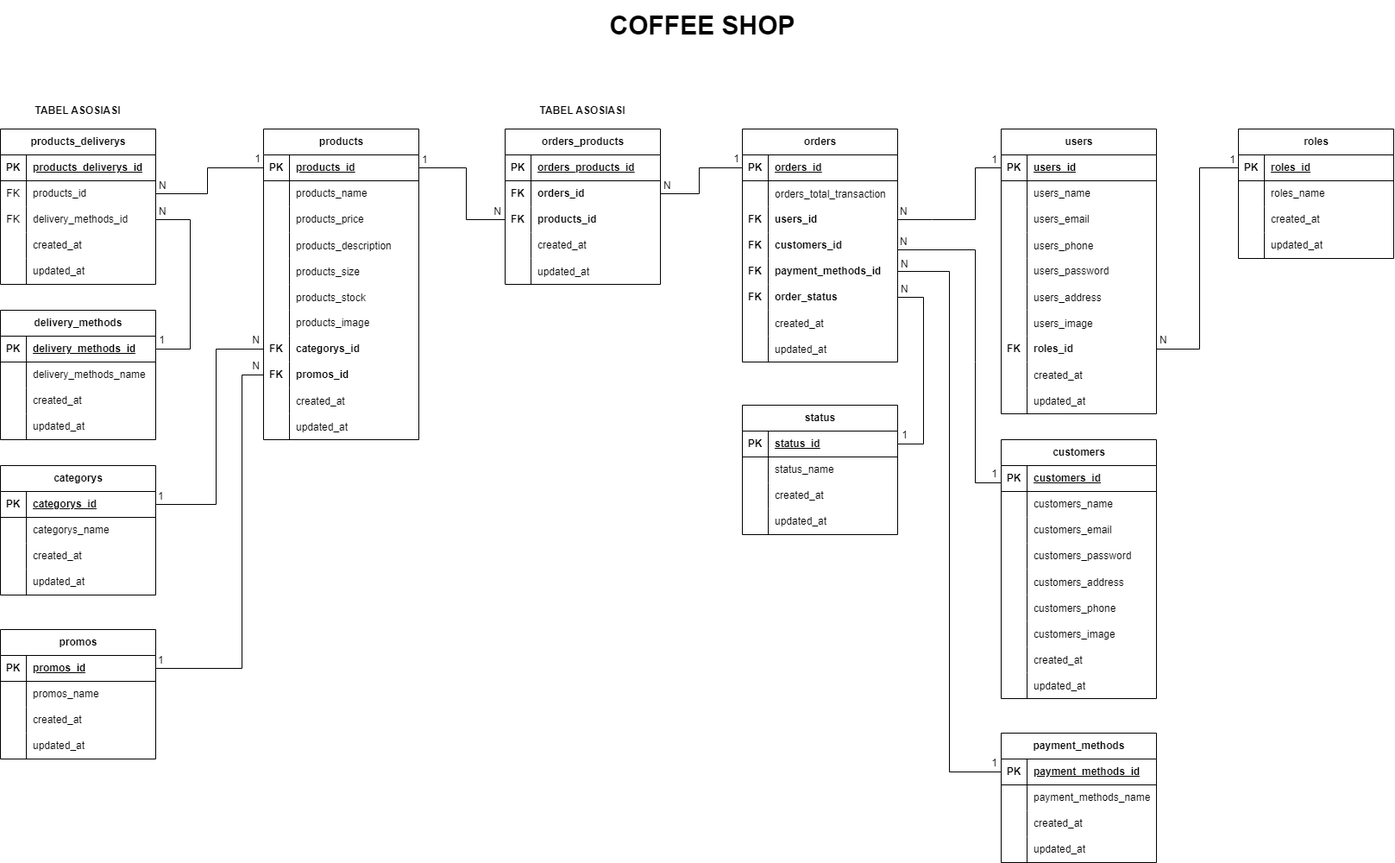
Before: tugas/postgresql/coffee-shop.drawio.png, a diagram exported from draw.io (ridwanbahtiar15/basic-cs-js-fwg16). Source tidied: cells renumbered, new cells last; positions are measured from the earlier drawing's top-left corner, leaving out a move shared by most shapes.
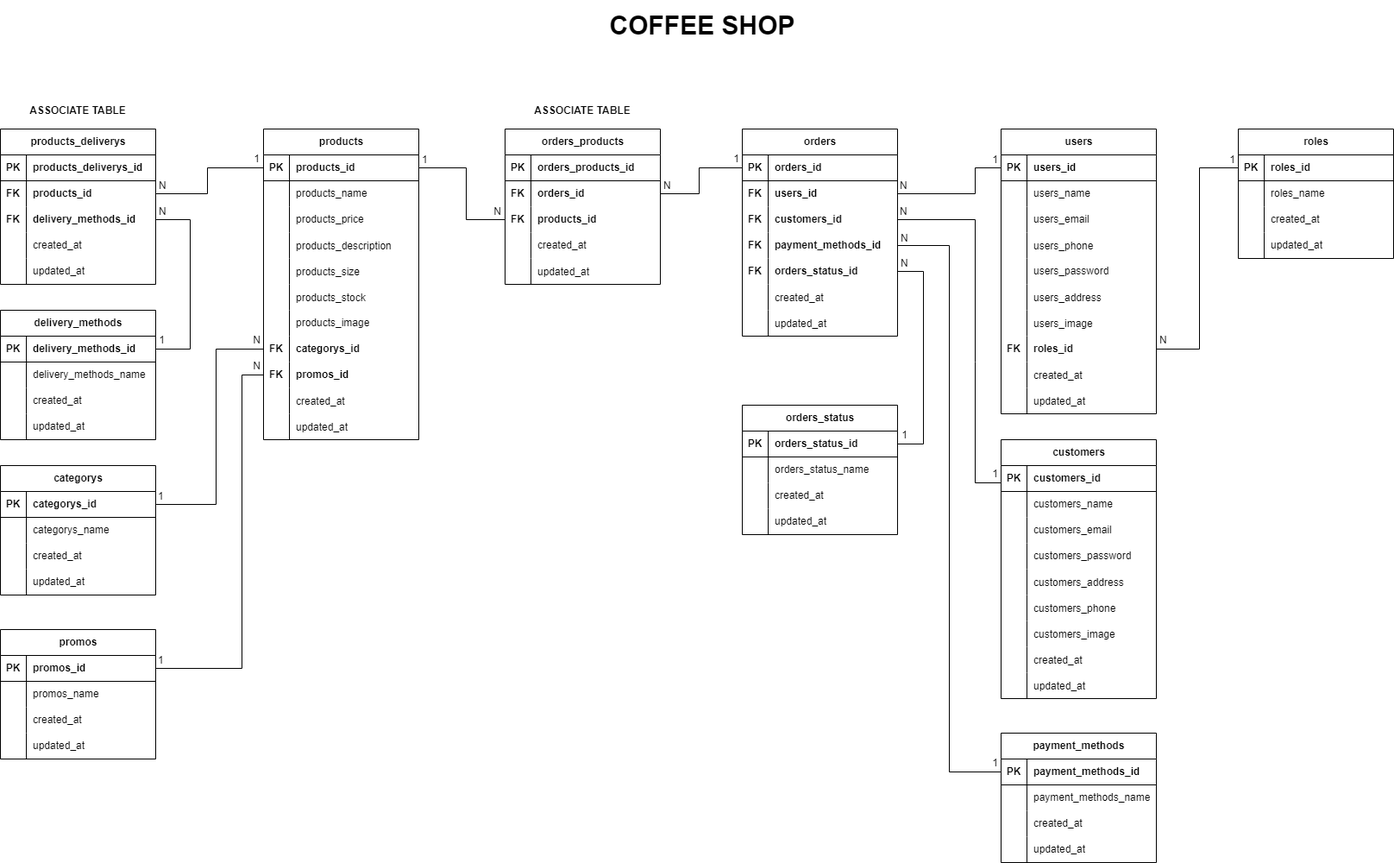
The same file after the commit.

The edit, as a diff of the source:
```diff
@@ -16,3 +16,3 @@
     </mxCell>
-    <mxCell id="6" value="categorys_id" style="shape=partialRectangle;fillColor=none;top=0;left=0;bottom=0;right=0;align=left;spacingLeft=6;fontStyle=5;overflow=hidden;whiteSpace=wrap;html=1;" parent="4" vertex="1">
+    <mxCell id="6" value="categorys_id" style="shape=partialRectangle;fillColor=none;top=0;left=0;bottom=0;right=0;align=left;spacingLeft=6;fontStyle=1;overflow=hidden;whiteSpace=wrap;html=1;" parent="4" vertex="1">
       <mxGeometry x="30" width="150" height="30" as="geometry" />
@@ -55,3 +55,3 @@
     </mxCell>
-    <mxCell id="19" value="promos_id" style="shape=partialRectangle;fillColor=none;top=0;left=0;bottom=0;right=0;align=left;spacingLeft=6;fontStyle=5;overflow=hidden;whiteSpace=wrap;html=1;" parent="17" vertex="1">
+    <mxCell id="19" value="promos_id" style="shape=partialRectangle;fillColor=none;top=0;left=0;bottom=0;right=0;align=left;spacingLeft=6;fontStyle=1;overflow=hidden;whiteSpace=wrap;html=1;" parent="17" vertex="1">
       <mxGeometry x="30" width="150" height="30" as="geometry" />
@@ -94,3 +94,3 @@
     </mxCell>
-    <mxCell id="32" value="products_id" style="shape=partialRectangle;fillColor=none;top=0;left=0;bottom=0;right=0;align=left;spacingLeft=6;fontStyle=5;overflow=hidden;whiteSpace=wrap;html=1;" parent="30" vertex="1">
+    <mxCell id="32" value="products_id" style="shape=partialRectangle;fillColor=none;top=0;left=0;bottom=0;right=0;align=left;spacingLeft=6;fontStyle=1;overflow=hidden;whiteSpace=wrap;html=1;" parent="30" vertex="1">
       <mxGeometry x="30" width="150" height="30" as="geometry" />
@@ -224,3 +224,3 @@
     <mxCell id="69" value="orders" style="shape=table;startSize=30;rowLines=0;fontStyle=1;align=center;html=1;" parent="1" vertex="1">
-      <mxGeometry x="860" y="149" width="180" height="270" as="geometry" />
+      <mxGeometry x="860" y="149" width="180" height="240" as="geometry" />
     </mxCell>
@@ -232,16 +232,7 @@
     </mxCell>
-    <mxCell id="72" value="orders_id" style="shape=partialRectangle;fillColor=none;top=0;left=0;bottom=0;right=0;align=left;spacingLeft=6;fontStyle=5;overflow=hidden;whiteSpace=wrap;html=1;" parent="70" vertex="1">
+    <mxCell id="72" value="orders_id" style="shape=partialRectangle;fillColor=none;top=0;left=0;bottom=0;right=0;align=left;spacingLeft=6;fontStyle=1;overflow=hidden;whiteSpace=wrap;html=1;" parent="70" vertex="1">
       <mxGeometry x="30" width="150" height="30" as="geometry" />
     </mxCell>
-    <mxCell id="73" style="shape=tableRow;horizontal=0;startSize=0;swimlaneHead=0;swimlaneBody=0;fillColor=none;top=0;left=0;right=0;bottom=0;" parent="69" vertex="1">
-      <mxGeometry y="60" width="180" height="30" as="geometry" />
-    </mxCell>
-    <mxCell id="74" style="shape=partialRectangle;fillColor=none;top=0;left=0;bottom=0;right=0;overflow=hidden;" parent="73" vertex="1">
-      <mxGeometry width="30" height="30" as="geometry" />
-    </mxCell>
-    <mxCell id="75" value="orders_total_transaction" style="shape=partialRectangle;fillColor=none;top=0;left=0;bottom=0;right=0;align=left;spacingLeft=6;overflow=hidden;" parent="73" vertex="1">
-      <mxGeometry x="30" width="150" height="30" as="geometry" />
-    </mxCell>
     <mxCell id="76" style="shape=tableRow;horizontal=0;startSize=0;swimlaneHead=0;swimlaneBody=0;fillColor=none;points=[[0,0.5],[1,0.5]];portConstraint=eastwest;top=0;left=0;right=0;bottom=0;" parent="69" vertex="1">
-      <mxGeometry y="90" width="180" height="30" as="geometry" />
+      <mxGeometry y="60" width="180" height="30" as="geometry" />
     </mxCell>
@@ -254,3 +245,3 @@
     <mxCell id="79" style="shape=tableRow;horizontal=0;startSize=0;swimlaneHead=0;swimlaneBody=0;fillColor=none;points=[[0,0.5],[1,0.5]];portConstraint=eastwest;top=0;left=0;right=0;bottom=0;" parent="69" vertex="1">
-      <mxGeometry y="120" width="180" height="30" as="geometry" />
+      <mxGeometry y="90" width="180" height="30" as="geometry" />
     </mxCell>
@@ -263,3 +254,3 @@
     <mxCell id="82" style="shape=tableRow;horizontal=0;startSize=0;swimlaneHead=0;swimlaneBody=0;fillColor=none;points=[[0,0.5],[1,0.5]];portConstraint=eastwest;top=0;left=0;right=0;bottom=0;" parent="69" vertex="1">
-      <mxGeometry y="150" width="180" height="30" as="geometry" />
+      <mxGeometry y="120" width="180" height="30" as="geometry" />
     </mxCell>
@@ -272,3 +263,3 @@
     <mxCell id="85" style="shape=tableRow;horizontal=0;startSize=0;swimlaneHead=0;swimlaneBody=0;fillColor=none;points=[[0,0.5],[1,0.5]];portConstraint=eastwest;top=0;left=0;right=0;bottom=0;" parent="69" vertex="1">
-      <mxGeometry y="180" width="180" height="30" as="geometry" />
+      <mxGeometry y="150" width="180" height="30" as="geometry" />
     </mxCell>
@@ -277,3 +268,3 @@
     </mxCell>
-    <mxCell id="87" value="order_status" style="shape=partialRectangle;fillColor=none;top=0;left=0;bottom=0;right=0;align=left;spacingLeft=6;fontStyle=1;overflow=hidden;whiteSpace=wrap;html=1;" parent="85" vertex="1">
+    <mxCell id="87" value="orders_status_id" style="shape=partialRectangle;fillColor=none;top=0;left=0;bottom=0;right=0;align=left;spacingLeft=6;fontStyle=1;overflow=hidden;whiteSpace=wrap;html=1;" parent="85" vertex="1">
       <mxGeometry x="30" width="150" height="30" as="geometry" />
@@ -281,3 +272,3 @@
     <mxCell id="88" style="shape=tableRow;horizontal=0;startSize=0;swimlaneHead=0;swimlaneBody=0;fillColor=none;top=0;left=0;right=0;bottom=0;" parent="69" vertex="1">
-      <mxGeometry y="210" width="180" height="30" as="geometry" />
+      <mxGeometry y="180" width="180" height="30" as="geometry" />
     </mxCell>
@@ -290,3 +281,3 @@
     <mxCell id="91" style="shape=tableRow;horizontal=0;startSize=0;swimlaneHead=0;swimlaneBody=0;fillColor=none;top=0;left=0;right=0;bottom=0;" parent="69" vertex="1">
-      <mxGeometry y="240" width="180" height="30" as="geometry" />
+      <mxGeometry y="210" width="180" height="30" as="geometry" />
     </mxCell>
@@ -307,3 +298,3 @@
     </mxCell>
-    <mxCell id="97" value="orders_products_id" style="shape=partialRectangle;fillColor=none;top=0;left=0;bottom=0;right=0;align=left;spacingLeft=6;fontStyle=5;overflow=hidden;whiteSpace=wrap;html=1;" parent="95" vertex="1">
+    <mxCell id="97" value="orders_products_id" style="shape=partialRectangle;fillColor=none;top=0;left=0;bottom=0;right=0;align=left;spacingLeft=6;fontStyle=1;overflow=hidden;whiteSpace=wrap;html=1;" parent="95" vertex="1">
       <mxGeometry x="30" width="150" height="30" as="geometry" />
@@ -382,3 +373,3 @@
     </mxCell>
-    <mxCell id="116" value="&lt;b&gt;&lt;font style=&quot;font-size: 12px;&quot;&gt;TABEL ASOSIASI&lt;/font&gt;&lt;/b&gt;" style="text;strokeColor=none;align=center;fillColor=none;html=1;verticalAlign=middle;whiteSpace=wrap;rounded=0;" parent="1" vertex="1">
+    <mxCell id="116" value="&lt;b&gt;&lt;font style=&quot;font-size: 12px;&quot;&gt;ASSOCIATE TABLE&lt;/font&gt;&lt;/b&gt;" style="text;strokeColor=none;align=center;fillColor=none;html=1;verticalAlign=middle;whiteSpace=wrap;rounded=0;" parent="1" vertex="1">
       <mxGeometry x="595" y="113" width="160" height="30" as="geometry" />
@@ -394,3 +385,3 @@
     </mxCell>
-    <mxCell id="120" value="users_id" style="shape=partialRectangle;fillColor=none;top=0;left=0;bottom=0;right=0;align=left;spacingLeft=6;fontStyle=5;overflow=hidden;whiteSpace=wrap;html=1;" parent="118" vertex="1">
+    <mxCell id="120" value="users_id" style="shape=partialRectangle;fillColor=none;top=0;left=0;bottom=0;right=0;align=left;spacingLeft=6;fontStyle=1;overflow=hidden;whiteSpace=wrap;html=1;" parent="118" vertex="1">
       <mxGeometry x="30" width="150" height="30" as="geometry" />
@@ -487,3 +478,3 @@
     </mxCell>
-    <mxCell id="151" value="roles_id" style="shape=partialRectangle;fillColor=none;top=0;left=0;bottom=0;right=0;align=left;spacingLeft=6;fontStyle=5;overflow=hidden;whiteSpace=wrap;html=1;" parent="149" vertex="1">
+    <mxCell id="151" value="roles_id" style="shape=partialRectangle;fillColor=none;top=0;left=0;bottom=0;right=0;align=left;spacingLeft=6;fontStyle=1;overflow=hidden;whiteSpace=wrap;html=1;" parent="149" vertex="1">
       <mxGeometry x="30" width="150" height="30" as="geometry" />
@@ -526,3 +517,3 @@
     </mxCell>
-    <mxCell id="164" value="customers_id" style="shape=partialRectangle;fillColor=none;top=0;left=0;bottom=0;right=0;align=left;spacingLeft=6;fontStyle=5;overflow=hidden;whiteSpace=wrap;html=1;" parent="162" vertex="1">
+    <mxCell id="164" value="customers_id" style="shape=partialRectangle;fillColor=none;top=0;left=0;bottom=0;right=0;align=left;spacingLeft=6;fontStyle=1;overflow=hidden;whiteSpace=wrap;html=1;" parent="162" vertex="1">
       <mxGeometry x="30" width="150" height="30" as="geometry" />
@@ -610,3 +601,3 @@
     </mxCell>
-    <mxCell id="192" value="payment_methods_id" style="shape=partialRectangle;fillColor=none;top=0;left=0;bottom=0;right=0;align=left;spacingLeft=6;fontStyle=5;overflow=hidden;whiteSpace=wrap;html=1;" parent="190" vertex="1">
+    <mxCell id="192" value="payment_methods_id" style="shape=partialRectangle;fillColor=none;top=0;left=0;bottom=0;right=0;align=left;spacingLeft=6;fontStyle=1;overflow=hidden;whiteSpace=wrap;html=1;" parent="190" vertex="1">
       <mxGeometry x="30" width="150" height="30" as="geometry" />
@@ -649,3 +640,3 @@
     </mxCell>
-    <mxCell id="205" value="delivery_methods_id" style="shape=partialRectangle;fillColor=none;top=0;left=0;bottom=0;right=0;align=left;spacingLeft=6;fontStyle=5;overflow=hidden;whiteSpace=wrap;html=1;" parent="203" vertex="1">
+    <mxCell id="205" value="delivery_methods_id" style="shape=partialRectangle;fillColor=none;top=0;left=0;bottom=0;right=0;align=left;spacingLeft=6;fontStyle=1;overflow=hidden;whiteSpace=wrap;html=1;" parent="203" vertex="1">
       <mxGeometry x="30" width="150" height="30" as="geometry" />
@@ -682,4 +673,3 @@
         <Array as="points">
-          <mxPoint x="1080" y="254" />
-          <mxPoint x="1130" y="254" />
+          <mxPoint x="1130" y="224" />
           <mxPoint x="1130" y="194" />
@@ -698,8 +688,7 @@
     </mxCell>
-    <mxCell id="218" style="endArrow=none;html=1;rounded=0;entryX=0;entryY=0.5;entryDx=0;entryDy=0;exitX=1;exitY=0.5;exitDx=0;exitDy=0;" parent="1" edge="1">
+    <mxCell id="218" style="endArrow=none;html=1;rounded=0;entryX=0;entryY=0.5;entryDx=0;entryDy=0;exitX=1;exitY=0.5;exitDx=0;exitDy=0;" parent="1" edge="1" source="79">
       <mxGeometry relative="1" as="geometry">
-        <mxPoint x="1040" y="289" as="sourcePoint" />
         <mxPoint x="1160" y="559" as="targetPoint" />
         <Array as="points">
-          <mxPoint x="1130" y="289" />
+          <mxPoint x="1130" y="254" />
           <mxPoint x="1130" y="419" />
@@ -722,3 +711,3 @@
         <Array as="points">
-          <mxPoint x="1100" y="314" />
+          <mxPoint x="1100" y="284" />
           <mxPoint x="1100" y="894" />
@@ -755,3 +744,3 @@
     </mxCell>
-    <mxCell id="227" value="status" style="shape=table;startSize=30;rowLines=0;fontStyle=1;align=center;html=1;" parent="1" vertex="1">
+    <mxCell id="227" value="orders_status" style="shape=table;startSize=30;rowLines=0;fontStyle=1;align=center;html=1;" parent="1" vertex="1">
       <mxGeometry x="860" y="469" width="180" height="150" as="geometry" />
@@ -764,3 +753,3 @@
     </mxCell>
-    <mxCell id="230" value="status_id" style="shape=partialRectangle;fillColor=none;top=0;left=0;bottom=0;right=0;align=left;spacingLeft=6;fontStyle=5;overflow=hidden;whiteSpace=wrap;html=1;" parent="228" vertex="1">
+    <mxCell id="230" value="orders_status_id" style="shape=partialRectangle;fillColor=none;top=0;left=0;bottom=0;right=0;align=left;spacingLeft=6;fontStyle=1;overflow=hidden;whiteSpace=wrap;html=1;" parent="228" vertex="1">
       <mxGeometry x="30" width="150" height="30" as="geometry" />
@@ -773,3 +762,3 @@
     </mxCell>
-    <mxCell id="233" value="status_name" style="shape=partialRectangle;fillColor=none;top=0;left=0;bottom=0;right=0;align=left;spacingLeft=6;overflow=hidden;whiteSpace=wrap;html=1;" parent="231" vertex="1">
+    <mxCell id="233" value="orders_status_name" style="shape=partialRectangle;fillColor=none;top=0;left=0;bottom=0;right=0;align=left;spacingLeft=6;overflow=hidden;whiteSpace=wrap;html=1;" parent="231" vertex="1">
       <mxGeometry x="30" width="150" height="30" as="geometry" />
@@ -797,3 +786,3 @@
         <Array as="points">
-          <mxPoint x="1070" y="344" />
+          <mxPoint x="1070" y="314" />
           <mxPoint x="1070" y="514" />
@@ -821,12 +810,12 @@
     </mxCell>
-    <mxCell id="246" value="products_deliverys_id" style="shape=partialRectangle;fillColor=none;top=0;left=0;bottom=0;right=0;align=left;spacingLeft=6;fontStyle=5;overflow=hidden;whiteSpace=wrap;html=1;" parent="244" vertex="1">
+    <mxCell id="246" value="products_deliverys_id" style="shape=partialRectangle;fillColor=none;top=0;left=0;bottom=0;right=0;align=left;spacingLeft=6;fontStyle=1;overflow=hidden;whiteSpace=wrap;html=1;" parent="244" vertex="1">
       <mxGeometry x="30" width="150" height="30" as="geometry" />
     </mxCell>
-    <mxCell id="247" style="shape=tableRow;horizontal=0;startSize=0;swimlaneHead=0;swimlaneBody=0;fillColor=none;points=[[0,0.5],[1,0.5]];portConstraint=eastwest;top=0;left=0;right=0;bottom=0;" parent="243" vertex="1">
+    <mxCell id="247" style="shape=tableRow;horizontal=0;startSize=0;swimlaneHead=0;swimlaneBody=0;fillColor=none;points=[[0,0.5],[1,0.5]];portConstraint=eastwest;top=0;left=0;right=0;bottom=0;fontStyle=1;" parent="243" vertex="1">
       <mxGeometry y="60" width="180" height="30" as="geometry" />
     </mxCell>
-    <mxCell id="248" value="FK" style="shape=partialRectangle;fillColor=none;top=0;left=0;bottom=0;right=0;fontStyle=0;overflow=hidden;whiteSpace=wrap;html=1;" parent="247" vertex="1">
+    <mxCell id="248" value="FK" style="shape=partialRectangle;fillColor=none;top=0;left=0;bottom=0;right=0;fontStyle=1;overflow=hidden;whiteSpace=wrap;html=1;" parent="247" vertex="1">
       <mxGeometry width="30" height="30" as="geometry" />
     </mxCell>
-    <mxCell id="249" value="products_id" style="shape=partialRectangle;fillColor=none;top=0;left=0;bottom=0;right=0;align=left;spacingLeft=6;fontStyle=0;overflow=hidden;whiteSpace=wrap;html=1;" parent="247" vertex="1">
+    <mxCell id="249" value="products_id" style="shape=partialRectangle;fillColor=none;top=0;left=0;bottom=0;right=0;align=left;spacingLeft=6;fontStyle=1;overflow=hidden;whiteSpace=wrap;html=1;" parent="247" vertex="1">
       <mxGeometry x="30" width="150" height="30" as="geometry" />
@@ -836,6 +825,6 @@
     </mxCell>
-    <mxCell id="251" value="FK" style="shape=partialRectangle;fillColor=none;top=0;left=0;bottom=0;right=0;fontStyle=0;overflow=hidden;whiteSpace=wrap;html=1;" parent="250" vertex="1">
+    <mxCell id="251" value="FK" style="shape=partialRectangle;fillColor=none;top=0;left=0;bottom=0;right=0;fontStyle=1;overflow=hidden;whiteSpace=wrap;html=1;" parent="250" vertex="1">
       <mxGeometry width="30" height="30" as="geometry" />
     </mxCell>
-    <mxCell id="252" value="delivery_methods_id" style="shape=partialRectangle;fillColor=none;top=0;left=0;bottom=0;right=0;align=left;spacingLeft=6;fontStyle=0;overflow=hidden;whiteSpace=wrap;html=1;" parent="250" vertex="1">
+    <mxCell id="252" value="delivery_methods_id" style="shape=partialRectangle;fillColor=none;top=0;left=0;bottom=0;right=0;align=left;spacingLeft=6;fontStyle=1;overflow=hidden;whiteSpace=wrap;html=1;" parent="250" vertex="1">
       <mxGeometry x="30" width="150" height="30" as="geometry" />
@@ -896,3 +885,3 @@
     </mxCell>
-    <mxCell id="265" value="&lt;b&gt;&lt;font style=&quot;font-size: 12px;&quot;&gt;TABEL ASOSIASI&lt;/font&gt;&lt;/b&gt;" style="text;strokeColor=none;align=center;fillColor=none;html=1;verticalAlign=middle;whiteSpace=wrap;rounded=0;" parent="1" vertex="1">
+    <mxCell id="265" value="&lt;b&gt;ASSOCIATE TABLE&lt;/b&gt;" style="text;strokeColor=none;align=center;fillColor=none;html=1;verticalAlign=middle;whiteSpace=wrap;rounded=0;" parent="1" vertex="1">
       <mxGeometry x="10" y="113" width="160" height="30" as="geometry" />
```
